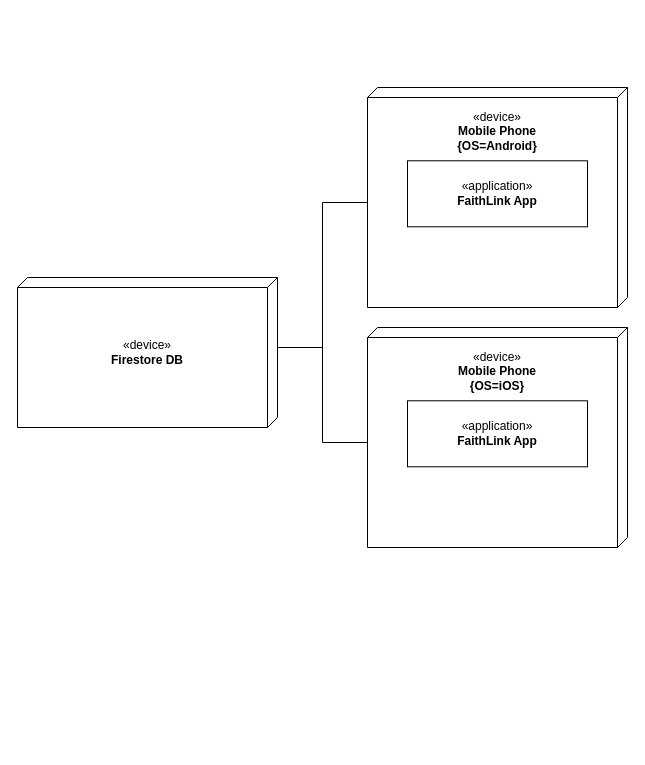
Above: page "Deployment" (1 of 4) of docs/wiki/DesignLab1.drawio in IsaiahSavage/faithlink-mvp (draw.io), before the change. Source tidied: cells renumbered, new cells numbered last; positions are measured from the earlier drawing's top-left corner, leaving out a move shared by most shapes. Both pictures are drawn from the tidied source at 100%, with x=0, y=0 at pixel (17, 87).
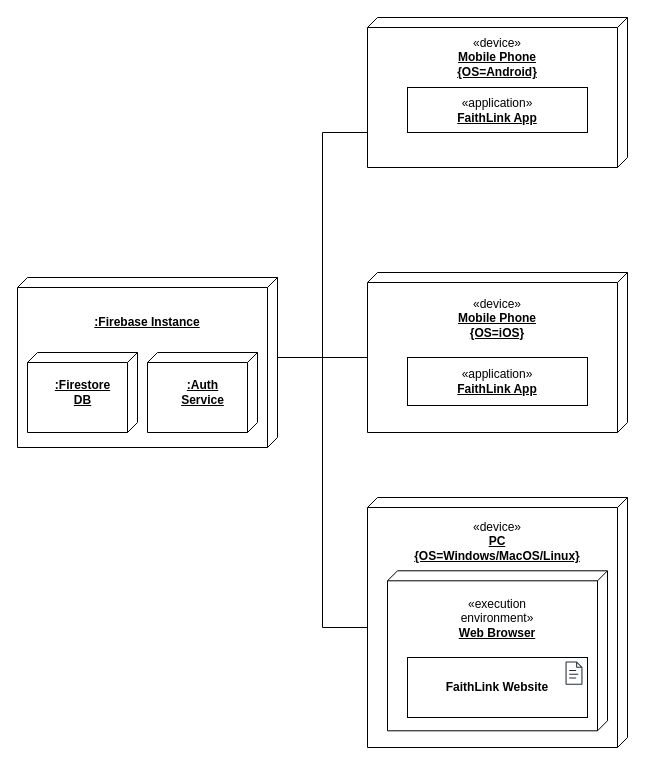
The same diagram, later.

What changed in the source:
```diff
@@
+    <mxCell id="15" style="group;" parent="1" vertex="1">
+      <mxGeometry x="350" y="410" width="260" height="250" as="geometry" />
+    </mxCell>
+    <mxCell id="16" style="verticalAlign=top;align=left;spacingTop=8;spacingLeft=2;spacingRight=12;shape=cube;size=10;direction=south;fontStyle=4;html=1;rounded=0;shadow=0;comic=0;labelBackgroundColor=none;strokeWidth=1;fontFamily=Verdana;fontSize=12;" parent="15" vertex="1">
+      <mxGeometry width="260" height="250" as="geometry" />
+    </mxCell>
+    <mxCell id="17" value="«device»&lt;br&gt;&lt;b&gt;&lt;u&gt;PC&lt;/u&gt;&lt;/b&gt;&lt;div&gt;&lt;b&gt;&lt;u&gt;{OS=Windows/MacOS/Linux}&lt;/u&gt;&lt;/b&gt;&lt;/div&gt;" style="html=1;whiteSpace=wrap;strokeColor=none;" parent="15" vertex="1">
+      <mxGeometry x="75" y="14.7" width="110" height="58.7" as="geometry" />
+    </mxCell>
+    <mxCell id="18" style="verticalAlign=top;align=left;spacingTop=8;spacingLeft=2;spacingRight=12;shape=cube;size=10;direction=south;fontStyle=4;html=1;rounded=0;shadow=0;comic=0;labelBackgroundColor=none;strokeWidth=1;fontFamily=Verdana;fontSize=12;" parent="15" vertex="1">
+      <mxGeometry x="20" y="73.3" width="220" height="160" as="geometry" />
+    </mxCell>
+    <mxCell id="19" style="group;" parent="15" vertex="1">
+      <mxGeometry x="40" y="160" width="180" height="60" as="geometry" />
+    </mxCell>
+    <mxCell id="20" value="&lt;b&gt;FaithLink Website&lt;/b&gt;" style="html=1;whiteSpace=wrap;" parent="19" vertex="1">
+      <mxGeometry width="180" height="60" as="geometry" />
+    </mxCell>
+    <mxCell id="21" style="sketch=0;fontColor=#232F3E;gradientColor=none;fillColor=#232F3D;strokeColor=none;dashed=0;verticalLabelPosition=bottom;verticalAlign=top;align=center;html=1;fontSize=12;fontStyle=0;shape=mxgraph.aws4.document;rounded=1;arcSize=40;fontFamily=Helvetica;" parent="19" vertex="1">
+      <mxGeometry x="158" y="4" width="17" height="23.3" as="geometry" />
+    </mxCell>
+    <mxCell id="22" value="«execution environment»&lt;br&gt;&lt;b&gt;&lt;u&gt;Web Browser&lt;/u&gt;&lt;/b&gt;" style="html=1;whiteSpace=wrap;strokeColor=none;" parent="15" vertex="1">
+      <mxGeometry x="75" y="91.3" width="110" height="58.7" as="geometry" />
+    </mxCell>
-    <mxCell id="2" style="group;" parent="1" vertex="1">
-      <mxGeometry y="190" width="260" height="150" as="geometry" />
+    <mxCell id="2" style="group;fontStyle=4;" parent="1" vertex="1">
+      <mxGeometry y="190" width="260" height="210" as="geometry" />
     </mxCell>
     <mxCell id="3" style="verticalAlign=top;align=left;spacingTop=8;spacingLeft=2;spacingRight=12;shape=cube;size=10;direction=south;fontStyle=4;html=1;rounded=0;shadow=0;comic=0;labelBackgroundColor=none;strokeWidth=1;fontFamily=Verdana;fontSize=12;" parent="2" vertex="1">
-      <mxGeometry width="260" height="150" as="geometry" />
+      <mxGeometry width="260" height="170" as="geometry" />
     </mxCell>
-    <mxCell id="4" value="«device»&lt;br&gt;&lt;b&gt;Firestore DB&lt;/b&gt;" style="html=1;whiteSpace=wrap;strokeColor=none;" parent="2" vertex="1">
-      <mxGeometry x="75" y="50" width="110" height="50" as="geometry" />
+    <mxCell id="4" value="&lt;b&gt;&lt;u&gt;:Firebase Instance&lt;/u&gt;&lt;/b&gt;" style="html=1;whiteSpace=wrap;strokeColor=none;" parent="2" vertex="1">
+      <mxGeometry x="75" y="20" width="110" height="50" as="geometry" />
     </mxCell>
+    <mxCell id="23" style="group;" parent="2" vertex="1">
+      <mxGeometry x="10" y="75" width="110" height="80" as="geometry" />
+    </mxCell>
+    <mxCell id="24" style="verticalAlign=top;align=left;spacingTop=8;spacingLeft=2;spacingRight=12;shape=cube;size=10;direction=south;fontStyle=4;html=1;rounded=0;shadow=0;comic=0;labelBackgroundColor=none;strokeWidth=1;fontFamily=Verdana;fontSize=12;" parent="23" vertex="1">
+      <mxGeometry width="110" height="80" as="geometry" />
+    </mxCell>
+    <mxCell id="25" value="&lt;b&gt;&lt;u&gt;:Firestore DB&lt;/u&gt;&lt;/b&gt;" style="html=1;whiteSpace=wrap;strokeColor=none;" parent="23" vertex="1">
+      <mxGeometry x="31.7" y="26.7" width="46.5" height="26.7" as="geometry" />
+    </mxCell>
+    <mxCell id="26" style="group;" parent="2" vertex="1">
+      <mxGeometry x="130" y="75" width="110" height="80" as="geometry" />
+    </mxCell>
+    <mxCell id="27" style="verticalAlign=top;align=left;spacingTop=8;spacingLeft=2;spacingRight=12;shape=cube;size=10;direction=south;fontStyle=4;html=1;rounded=0;shadow=0;comic=0;labelBackgroundColor=none;strokeWidth=1;fontFamily=Verdana;fontSize=12;" parent="26" vertex="1">
+      <mxGeometry width="110" height="80" as="geometry" />
+    </mxCell>
+    <mxCell id="28" value="&lt;b&gt;&lt;u&gt;:Auth Service&lt;/u&gt;&lt;/b&gt;" style="html=1;whiteSpace=wrap;strokeColor=none;" parent="26" vertex="1">
+      <mxGeometry x="31.7" y="26.7" width="46.5" height="26.7" as="geometry" />
+    </mxCell>
     <mxCell id="5" style="group;" parent="1" vertex="1">
-      <mxGeometry x="350" width="260" height="220" as="geometry" />
+      <mxGeometry x="350" y="-70" width="260" height="150" as="geometry" />
     </mxCell>
     <mxCell id="6" style="verticalAlign=top;align=left;spacingTop=8;spacingLeft=2;spacingRight=12;shape=cube;size=10;direction=south;fontStyle=4;html=1;rounded=0;shadow=0;comic=0;labelBackgroundColor=none;strokeWidth=1;fontFamily=Verdana;fontSize=12;" parent="5" vertex="1">
-      <mxGeometry width="260" height="220" as="geometry" />
+      <mxGeometry width="260" height="150" as="geometry" />
     </mxCell>
-    <mxCell id="7" value="«device»&lt;br&gt;&lt;b&gt;Mobile Phone&lt;/b&gt;&lt;div&gt;&lt;b&gt;{OS=Android}&lt;/b&gt;&lt;/div&gt;" style="html=1;whiteSpace=wrap;strokeColor=none;" parent="5" vertex="1">
-      <mxGeometry x="75" y="14.7" width="110" height="58.7" as="geometry" />
+    <mxCell id="7" value="«device»&lt;br&gt;&lt;b&gt;&lt;u&gt;Mobile Phone&lt;/u&gt;&lt;/b&gt;&lt;div&gt;&lt;b&gt;&lt;u&gt;{OS=Android}&lt;/u&gt;&lt;/b&gt;&lt;/div&gt;" style="html=1;whiteSpace=wrap;strokeColor=none;" parent="5" vertex="1">
+      <mxGeometry x="75" y="20" width="110" height="40" as="geometry" />
     </mxCell>
-    <mxCell id="8" value="«application»&lt;br&gt;&lt;b&gt;FaithLink App&lt;/b&gt;" style="html=1;whiteSpace=wrap;" parent="5" vertex="1">
-      <mxGeometry x="40" y="73.3" width="180" height="66" as="geometry" />
+    <mxCell id="8" value="«application»&lt;br&gt;&lt;b&gt;&lt;u&gt;FaithLink App&lt;/u&gt;&lt;/b&gt;" style="html=1;whiteSpace=wrap;" parent="5" vertex="1">
+      <mxGeometry x="40" y="70" width="180" height="45" as="geometry" />
     </mxCell>
     <mxCell id="9" style="group;" parent="1" vertex="1">
-      <mxGeometry x="350" y="240" width="260" height="220" as="geometry" />
+      <mxGeometry x="350" y="185" width="260" height="160" as="geometry" />
     </mxCell>
     <mxCell id="10" style="verticalAlign=top;align=left;spacingTop=8;spacingLeft=2;spacingRight=12;shape=cube;size=10;direction=south;fontStyle=4;html=1;rounded=0;shadow=0;comic=0;labelBackgroundColor=none;strokeWidth=1;fontFamily=Verdana;fontSize=12;" parent="9" vertex="1">
-      <mxGeometry width="260" height="220" as="geometry" />
+      <mxGeometry width="260" height="160" as="geometry" />
     </mxCell>
-    <mxCell id="11" value="«device»&lt;br&gt;&lt;b&gt;Mobile Phone&lt;/b&gt;&lt;div&gt;&lt;b&gt;{OS=iOS}&lt;/b&gt;&lt;/div&gt;" style="html=1;whiteSpace=wrap;strokeColor=none;" parent="9" vertex="1">
-      <mxGeometry x="75" y="14.7" width="110" height="58.7" as="geometry" />
+    <mxCell id="11" value="«device»&lt;br&gt;&lt;b&gt;&lt;u&gt;Mobile Phone&lt;/u&gt;&lt;/b&gt;&lt;div&gt;&lt;b&gt;&lt;u&gt;{OS=iOS}&lt;/u&gt;&lt;/b&gt;&lt;/div&gt;" style="html=1;whiteSpace=wrap;strokeColor=none;" parent="9" vertex="1">
+      <mxGeometry x="75" y="25" width="110" height="42.7" as="geometry" />
     </mxCell>
-    <mxCell id="12" value="«application»&lt;br&gt;&lt;b&gt;FaithLink App&lt;/b&gt;" style="html=1;whiteSpace=wrap;" parent="9" vertex="1">
-      <mxGeometry x="40" y="73.3" width="180" height="66" as="geometry" />
+    <mxCell id="12" value="«application»&lt;br&gt;&lt;b&gt;&lt;u&gt;FaithLink App&lt;/u&gt;&lt;/b&gt;" style="html=1;whiteSpace=wrap;" parent="9" vertex="1">
+      <mxGeometry x="40" y="85" width="180" height="48" as="geometry" />
     </mxCell>
-    <mxCell id="13" style="edgeStyle=orthogonalEdgeStyle;rounded=0;jettySize=auto;html=1;exitX=0;exitY=0;exitDx=70;exitDy=0;exitPerimeter=0;entryX=0;entryY=0;entryDx=114.99999999999999;entryDy=260;entryPerimeter=0;endArrow=none;endFill=0;" parent="1" edge="1" source="3" target="6">
+    <mxCell id="13" style="edgeStyle=orthogonalEdgeStyle;rounded=0;jettySize=auto;html=1;exitX=0;exitY=0;exitDx=80;exitDy=0;exitPerimeter=0;entryX=0;entryY=0;entryDx=114.99999999999999;entryDy=260;entryPerimeter=0;endArrow=none;endFill=0;" parent="1" edge="1" source="3" target="6">
       <mxGeometry relative="1" as="geometry" />
     </mxCell>
-    <mxCell id="14" style="edgeStyle=orthogonalEdgeStyle;rounded=0;jettySize=auto;html=1;exitX=0;exitY=0;exitDx=70;exitDy=0;exitPerimeter=0;entryX=0;entryY=0;entryDx=114.99999999999999;entryDy=260;entryPerimeter=0;endArrow=none;endFill=0;" parent="1" edge="1" source="3" target="10">
+    <mxCell id="14" style="edgeStyle=orthogonalEdgeStyle;rounded=0;jettySize=auto;html=1;exitX=0;exitY=0;exitDx=80;exitDy=0;exitPerimeter=0;entryX=0;entryY=0;entryDx=84.99999999999999;entryDy=260;entryPerimeter=0;endArrow=none;endFill=0;" parent="1" edge="1" source="3" target="10">
       <mxGeometry relative="1" as="geometry" />
     </mxCell>
+    <mxCell id="29" style="edgeStyle=orthogonalEdgeStyle;rounded=0;jettySize=auto;html=1;exitX=0;exitY=0;exitDx=80;exitDy=0;exitPerimeter=0;entryX=0;entryY=0;entryDx=130;entryDy=260;entryPerimeter=0;strokeColor=#000000;align=center;verticalAlign=middle;fontFamily=Helvetica;fontSize=12;fontColor=#000000;labelBackgroundColor=default;endArrow=none;fillColor=#fad9d5;endFill=0;" parent="1" edge="1" source="3" target="16">
+      <mxGeometry relative="1" as="geometry" />
+    </mxCell>
```
